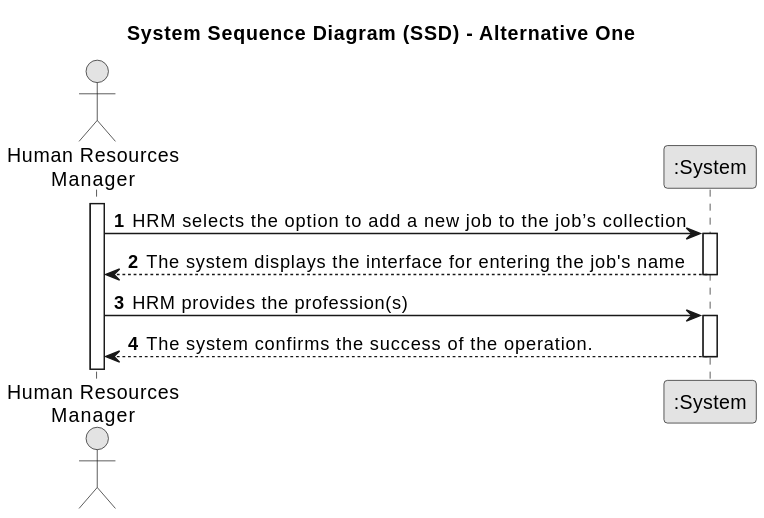
The PlantUML diagram docs/sprintA/us002/01.requirements-engineering/svg/us002-system-sequence-diagram-alternative-one-System_Sequence_Diagram__SSD____Alternative_One.svg in SAEmanuel/Green_Spaces_Management_ISEP, before a commit.
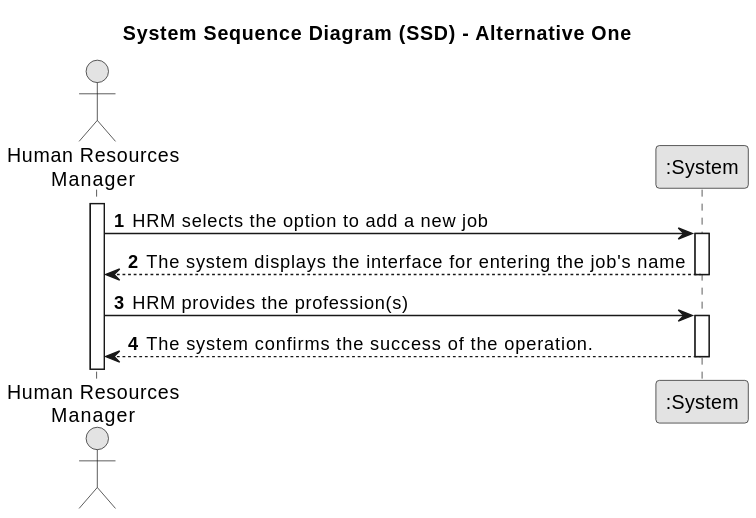
The same diagram one commit later.

Change to the diagram source:
```diff
@@ -13,7 +13,7 @@
 activate HRM
 
 
-     HRM -> System : HRM selects the option to add a new job to the job’s collection
+     HRM -> System : HRM selects the option to add a new job
     activate System
 
         System --> HRM : The system displays the interface for entering the job's name
@@ -22,7 +22,6 @@
         HRM -> System : HRM provides the profession(s)
     activate System
 
-
         System --> HRM : The system confirms the success of the operation.
     deactivate System
 @enduml
```
